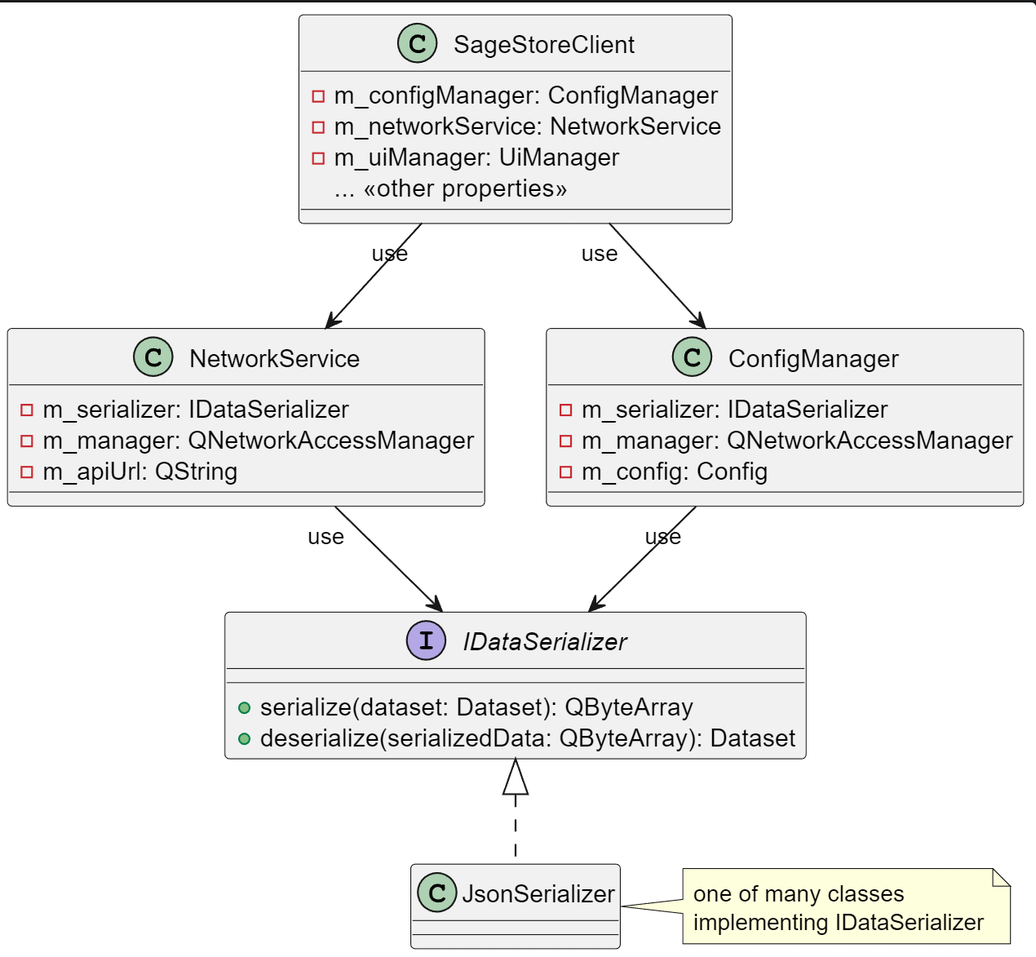
Sage-Cat/SageStore keeps this PlantUML diagram as docs/client/Networking_CD.png. Above is the earlier version. Its source is kept beside it as docs/client/plantuml/Networking_CD.puml.
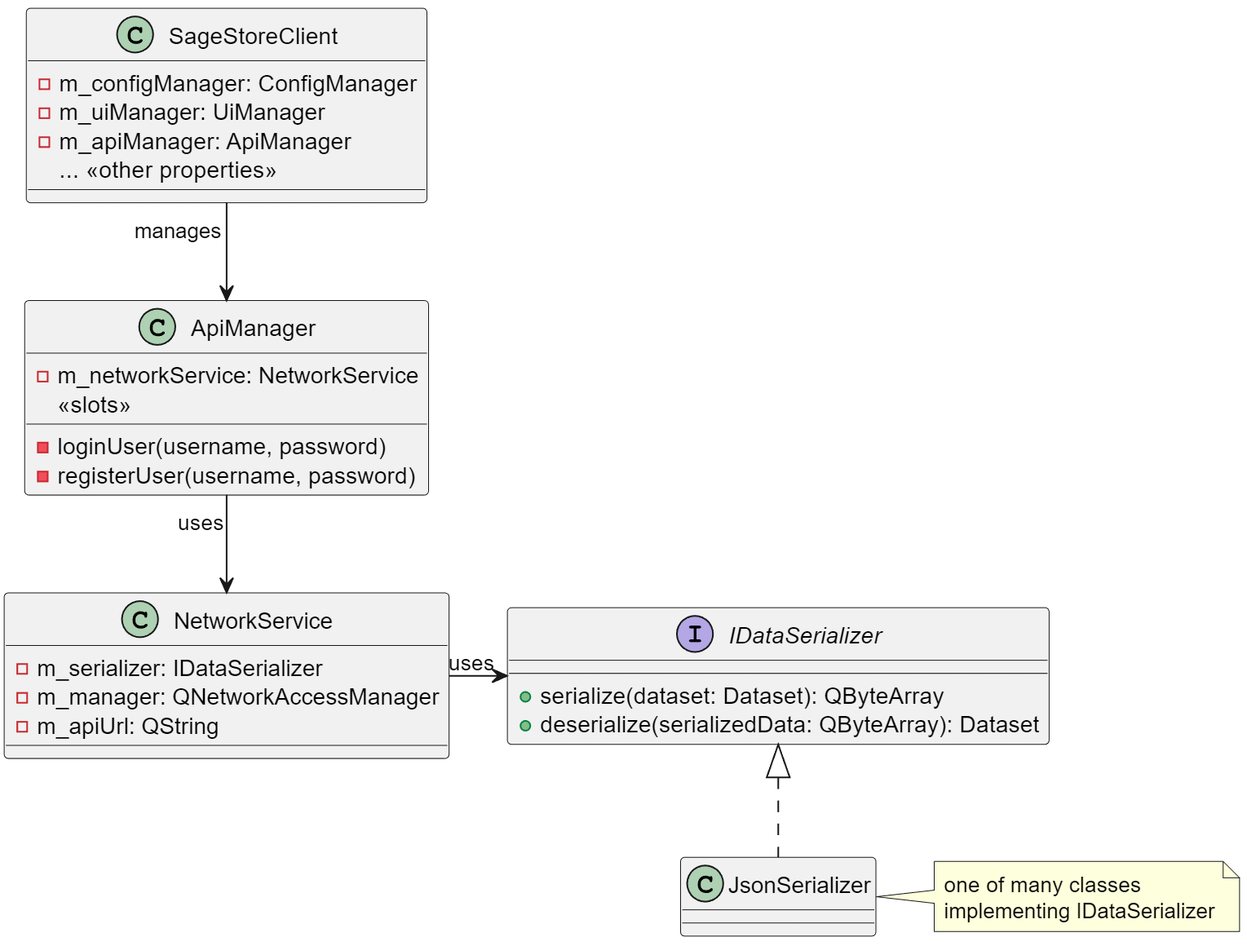
After the commit.

Diff of the diagram source:
```diff
@@ -1,8 +1,8 @@
 @startuml
 class SageStoreClient {
     -m_configManager: ConfigManager
-    -m_networkService: NetworkService
     -m_uiManager: UiManager
+    -m_apiManager: ApiManager
     ... <<other properties>>
 }
 
@@ -12,10 +12,12 @@
     -m_apiUrl: QString
 }
 
-class ConfigManager {
-    -m_serializer: IDataSerializer
-    -m_manager: QNetworkAccessManager
-    -m_config: Config
+class ApiManager
+{
+    -m_networkService: NetworkService
+    <<slots>>
+    - loginUser(username, password)
+    - registerUser(username, password)
 }
 
 interface IDataSerializer {
@@ -26,10 +28,9 @@
 class JsonSerializer implements IDataSerializer {
 }
 
-SageStoreClient "use" --> NetworkService
-SageStoreClient "use" --> ConfigManager
-NetworkService "use" --> IDataSerializer
-ConfigManager "use" --> IDataSerializer
+SageStoreClient "manages" --> ApiManager
+ApiManager "uses" --> NetworkService
+NetworkService "uses" -> IDataSerializer
 
 note right of JsonSerializer : one of many classes \nimplementing IDataSerializer
 
```
